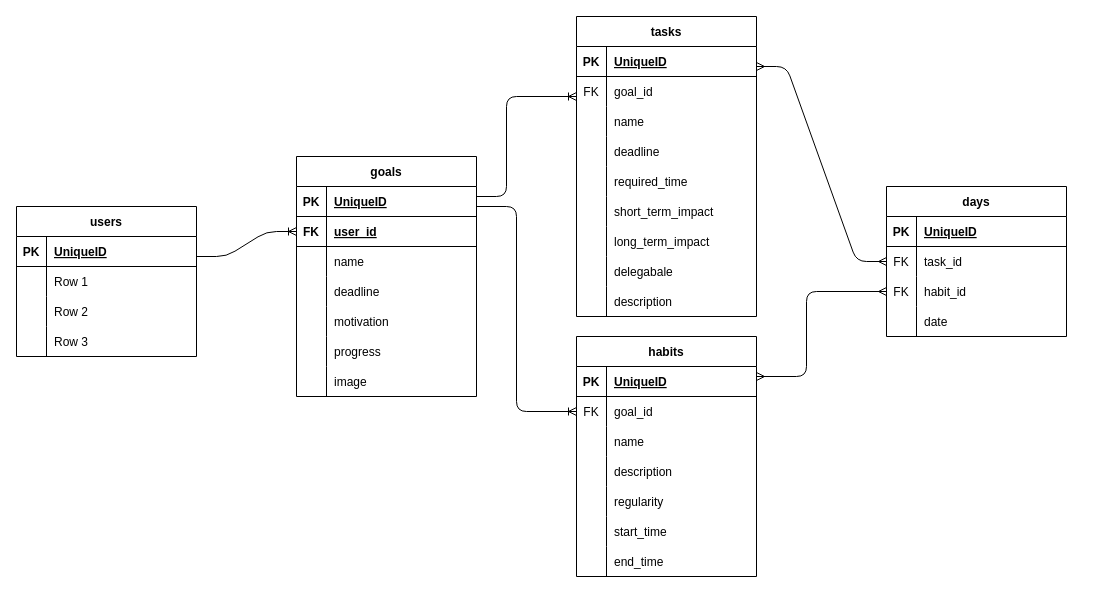
Federicaye/eisenhower-box keeps this draw.io diagram as db.drawio. Above is the earlier version. Source tidied: cells renumbered, new cells numbered last; positions are measured from the earlier drawing's top-left corner, leaving out a move shared by most shapes. Both pictures are drawn from the tidied source at 100%, with x=0, y=0 at pixel (16, 16).
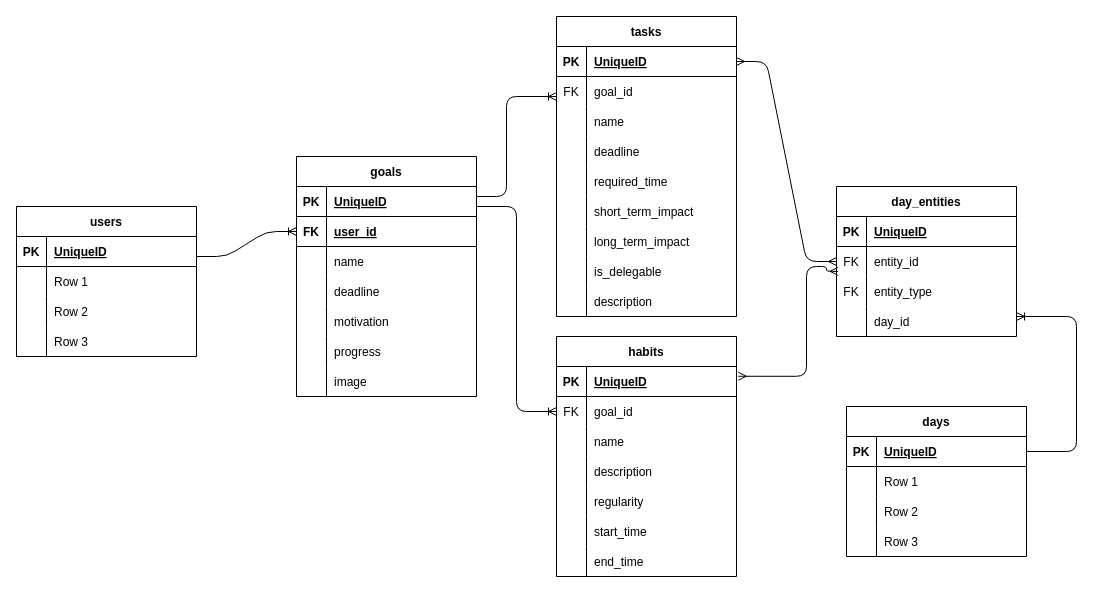
Above is the later version.

Unchanged cells that the change refers to:
```xml
<mxCell id="25" style="shape=tableRow;horizontal=0;startSize=0;swimlaneHead=0;swimlaneBody=0;fillColor=none;points=[[0,0.5],[1,0.5]];portConstraint=eastwest;top=0;left=0;right=0;bottom=1;" parent="24" vertex="1">
  <mxGeometry y="30" width="180" height="30" as="geometry" />
</mxCell>
<mxCell id="46" style="shape=tableRow;horizontal=0;startSize=0;swimlaneHead=0;swimlaneBody=0;fillColor=none;top=0;left=0;right=0;bottom=0;" parent="24" vertex="1">
  <mxGeometry y="240" width="180" height="30" as="geometry" />
</mxCell>
<mxCell id="54" style="shape=tableRow;horizontal=0;startSize=0;swimlaneHead=0;swimlaneBody=0;fillColor=none;points=[[0,0.5],[1,0.5]];portConstraint=eastwest;top=0;left=0;right=0;bottom=1;" parent="53" vertex="1">
  <mxGeometry y="30" width="180" height="30" as="geometry" />
</mxCell>
<mxCell id="80" style="shape=tableRow;horizontal=0;startSize=0;swimlaneHead=0;swimlaneBody=0;fillColor=none;points=[[0,0.5],[1,0.5]];portConstraint=eastwest;top=0;left=0;right=0;bottom=0;" parent="76" vertex="1">
  <mxGeometry y="60" width="180" height="30" as="geometry" />
</mxCell>
<mxCell id="83" style="shape=tableRow;horizontal=0;startSize=0;swimlaneHead=0;swimlaneBody=0;fillColor=none;points=[[0,0.5],[1,0.5]];portConstraint=eastwest;top=0;left=0;right=0;bottom=0;" parent="76" vertex="1">
  <mxGeometry y="90" width="180" height="30" as="geometry" />
</mxCell>
<mxCell id="86" style="shape=tableRow;horizontal=0;startSize=0;swimlaneHead=0;swimlaneBody=0;fillColor=none;points=[[0,0.5],[1,0.5]];portConstraint=eastwest;top=0;left=0;right=0;bottom=0;" parent="76" vertex="1">
  <mxGeometry y="120" width="180" height="30" as="geometry" />
</mxCell>
```

The edit, as a diff of the source:
```diff
@@
     <mxCell id="24" value="tasks" style="shape=table;startSize=30;childLayout=tableLayout;rowLines=0;fontStyle=1;align=center;" parent="1" vertex="1">
-      <mxGeometry x="560" width="180" height="300" as="geometry" />
+      <mxGeometry x="540" width="180" height="300" as="geometry" />
     </mxCell>
@@
-    <mxCell id="48" value="delegabale" style="shape=partialRectangle;fillColor=none;top=0;left=0;bottom=0;right=0;align=left;spacingLeft=6;overflow=hidden;" parent="46" vertex="1">
+    <mxCell id="48" value="is_delegable" style="shape=partialRectangle;fillColor=none;top=0;left=0;bottom=0;right=0;align=left;spacingLeft=6;overflow=hidden;" parent="46" vertex="1">
       <mxGeometry x="30" width="150" height="30" as="geometry" />
     </mxCell>
@@
     <mxCell id="52" style="edgeStyle=orthogonalEdgeStyle;fontSize=12;html=1;endArrow=ERoneToMany;" parent="1" edge="1">
       <mxGeometry relative="1" as="geometry">
         <mxPoint x="460" y="180" as="sourcePoint" />
-        <mxPoint x="560" y="80" as="targetPoint" />
+        <mxPoint x="540" y="80" as="targetPoint" />
         <Array as="points">
           <mxPoint x="490" y="180" />
           <mxPoint x="490" y="80" />
         </Array>
       </mxGeometry>
     </mxCell>
     <mxCell id="53" value="habits" style="shape=table;startSize=30;childLayout=tableLayout;rowLines=0;fontStyle=1;align=center;" parent="1" vertex="1">
-      <mxGeometry x="560" y="320" width="180" height="240" as="geometry" />
+      <mxGeometry x="540" y="320" width="180" height="240" as="geometry" />
     </mxCell>
@@
-    <mxCell id="76" value="days" style="shape=table;startSize=30;childLayout=tableLayout;rowLines=0;fontStyle=1;align=center;" parent="1" vertex="1">
-      <mxGeometry x="870" y="170" width="180" height="150" as="geometry" />
+    <mxCell id="76" value="day_entities" style="shape=table;startSize=30;childLayout=tableLayout;rowLines=0;fontStyle=1;align=center;" parent="1" vertex="1">
+      <mxGeometry x="820" y="170" width="180" height="150" as="geometry" />
     </mxCell>
@@
-    <mxCell id="82" value="task_id" style="shape=partialRectangle;fillColor=none;top=0;left=0;bottom=0;right=0;align=left;spacingLeft=6;overflow=hidden;" parent="80" vertex="1">
+    <mxCell id="82" value="entity_id" style="shape=partialRectangle;fillColor=none;top=0;left=0;bottom=0;right=0;align=left;spacingLeft=6;overflow=hidden;" parent="80" vertex="1">
       <mxGeometry x="30" width="150" height="30" as="geometry" />
     </mxCell>
@@
-    <mxCell id="85" value="habit_id" style="shape=partialRectangle;fillColor=none;top=0;left=0;bottom=0;right=0;align=left;spacingLeft=6;overflow=hidden;" parent="83" vertex="1">
+    <mxCell id="85" value="entity_type" style="shape=partialRectangle;fillColor=none;top=0;left=0;bottom=0;right=0;align=left;spacingLeft=6;overflow=hidden;" parent="83" vertex="1">
       <mxGeometry x="30" width="150" height="30" as="geometry" />
     </mxCell>
@@
-    <mxCell id="88" value="date" style="shape=partialRectangle;fillColor=none;top=0;left=0;bottom=0;right=0;align=left;spacingLeft=6;overflow=hidden;" parent="86" vertex="1">
+    <mxCell id="88" value="day_id" style="shape=partialRectangle;fillColor=none;top=0;left=0;bottom=0;right=0;align=left;spacingLeft=6;overflow=hidden;" parent="86" vertex="1">
       <mxGeometry x="30" width="150" height="30" as="geometry" />
     </mxCell>
-    <mxCell id="89" style="edgeStyle=orthogonalEdgeStyle;fontSize=12;html=1;endArrow=ERmany;startArrow=ERmany;entryX=0;entryY=0.5;entryDx=0;entryDy=0;" parent="1" edge="1" target="83">
+    <mxCell id="89" style="edgeStyle=orthogonalEdgeStyle;fontSize=12;html=1;endArrow=ERmany;startArrow=ERmany;entryX=0.009;entryY=0.829;entryDx=0;entryDy=0;exitX=1.01;exitY=0.326;exitDx=0;exitDy=0;exitPerimeter=0;entryPerimeter=0;" parent="1" edge="1" source="54" target="80">
       <mxGeometry relative="1" as="geometry">
-        <mxPoint x="740" y="360" as="sourcePoint" />
         <Array as="points">
           <mxPoint x="790" y="360" />
-          <mxPoint x="790" y="275" />
+          <mxPoint x="790" y="250" />
+          <mxPoint x="810" y="250" />
+          <mxPoint x="810" y="255" />
         </Array>
       </mxGeometry>
     </mxCell>
-    <mxCell id="90" style="edgeStyle=entityRelationEdgeStyle;fontSize=12;html=1;endArrow=ERmany;startArrow=ERmany;entryX=0;entryY=0.5;entryDx=0;entryDy=0;" parent="1" edge="1" target="80">
-      <mxGeometry relative="1" as="geometry">
-        <mxPoint x="740" y="50" as="sourcePoint" />
-      </mxGeometry>
+    <mxCell id="90" style="edgeStyle=entityRelationEdgeStyle;fontSize=12;html=1;endArrow=ERmany;startArrow=ERmany;entryX=0;entryY=0.5;entryDx=0;entryDy=0;exitX=1;exitY=0.5;exitDx=0;exitDy=0;" parent="1" edge="1" source="25" target="80">
+      <mxGeometry relative="1" as="geometry" />
     </mxCell>
@@
+    <mxCell id="105" value="days" style="shape=table;startSize=30;childLayout=tableLayout;rowLines=0;fontStyle=1;align=center;" parent="1" vertex="1">
+      <mxGeometry x="830" y="390" width="180" height="150" as="geometry" />
+    </mxCell>
+    <mxCell id="106" style="shape=tableRow;horizontal=0;startSize=0;swimlaneHead=0;swimlaneBody=0;fillColor=none;points=[[0,0.5],[1,0.5]];portConstraint=eastwest;top=0;left=0;right=0;bottom=1;" parent="105" vertex="1">
+      <mxGeometry y="30" width="180" height="30" as="geometry" />
+    </mxCell>
+    <mxCell id="107" value="PK" style="shape=partialRectangle;fillColor=none;top=0;left=0;bottom=0;right=0;fontStyle=1;overflow=hidden;" parent="106" vertex="1">
+      <mxGeometry width="30" height="30" as="geometry" />
+    </mxCell>
+    <mxCell id="108" value="UniqueID" style="shape=partialRectangle;fillColor=none;top=0;left=0;bottom=0;right=0;align=left;spacingLeft=6;fontStyle=5;overflow=hidden;" parent="106" vertex="1">
+      <mxGeometry x="30" width="150" height="30" as="geometry" />
+    </mxCell>
+    <mxCell id="109" style="shape=tableRow;horizontal=0;startSize=0;swimlaneHead=0;swimlaneBody=0;fillColor=none;top=0;left=0;right=0;bottom=0;" parent="105" vertex="1">
+      <mxGeometry y="60" width="180" height="30" as="geometry" />
+    </mxCell>
+    <mxCell id="110" style="shape=partialRectangle;fillColor=none;top=0;left=0;bottom=0;right=0;overflow=hidden;" parent="109" vertex="1">
+      <mxGeometry width="30" height="30" as="geometry" />
+    </mxCell>
+    <mxCell id="111" value="Row 1" style="shape=partialRectangle;fillColor=none;top=0;left=0;bottom=0;right=0;align=left;spacingLeft=6;overflow=hidden;" parent="109" vertex="1">
+      <mxGeometry x="30" width="150" height="30" as="geometry" />
+    </mxCell>
+    <mxCell id="112" style="shape=tableRow;horizontal=0;startSize=0;swimlaneHead=0;swimlaneBody=0;fillColor=none;top=0;left=0;right=0;bottom=0;" parent="105" vertex="1">
+      <mxGeometry y="90" width="180" height="30" as="geometry" />
+    </mxCell>
+    <mxCell id="113" style="shape=partialRectangle;fillColor=none;top=0;left=0;bottom=0;right=0;overflow=hidden;" parent="112" vertex="1">
+      <mxGeometry width="30" height="30" as="geometry" />
+    </mxCell>
+    <mxCell id="114" value="Row 2" style="shape=partialRectangle;fillColor=none;top=0;left=0;bottom=0;right=0;align=left;spacingLeft=6;overflow=hidden;" parent="112" vertex="1">
+      <mxGeometry x="30" width="150" height="30" as="geometry" />
+    </mxCell>
+    <mxCell id="115" style="shape=tableRow;horizontal=0;startSize=0;swimlaneHead=0;swimlaneBody=0;fillColor=none;top=0;left=0;right=0;bottom=0;" parent="105" vertex="1">
+      <mxGeometry y="120" width="180" height="30" as="geometry" />
+    </mxCell>
+    <mxCell id="116" style="shape=partialRectangle;fillColor=none;top=0;left=0;bottom=0;right=0;overflow=hidden;" parent="115" vertex="1">
+      <mxGeometry width="30" height="30" as="geometry" />
+    </mxCell>
+    <mxCell id="117" value="Row 3" style="shape=partialRectangle;fillColor=none;top=0;left=0;bottom=0;right=0;align=left;spacingLeft=6;overflow=hidden;" parent="115" vertex="1">
+      <mxGeometry x="30" width="150" height="30" as="geometry" />
+    </mxCell>
+    <mxCell id="118" style="edgeStyle=orthogonalEdgeStyle;fontSize=12;html=1;endArrow=ERoneToMany;exitX=1;exitY=0.5;exitDx=0;exitDy=0;" parent="1" edge="1" source="106" target="86">
+      <mxGeometry relative="1" as="geometry">
+        <Array as="points">
+          <mxPoint x="1060" y="435" />
+          <mxPoint x="1060" y="300" />
+        </Array>
+      </mxGeometry>
+    </mxCell>
```
